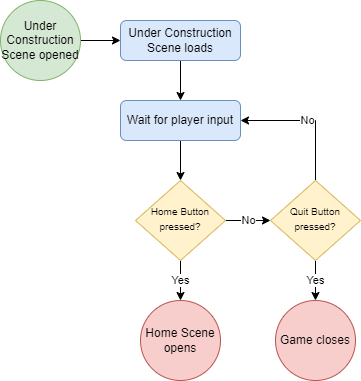
This is Design/UnderConstructionFlow.png from zkturman/TiltaPong, a draw.io export, as it was before one commit. Source tidied: cells renumbered, new cells last; positions are measured from the earlier drawing's top-left corner, leaving out a move shared by most shapes.
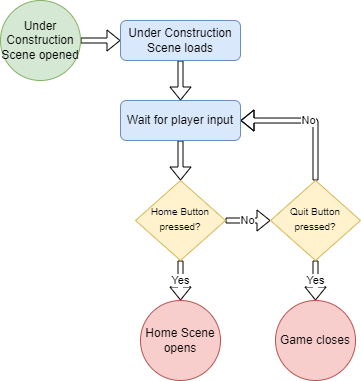
Later version of the same file.

The edit, as a diff of the source:
```diff
@@ -2,31 +2,31 @@
   <root>
     <mxCell id="0" />
     <mxCell id="1" parent="0" />
-    <mxCell id="2" value="No" style="edgeStyle=orthogonalEdgeStyle;rounded=0;jettySize=auto;html=1;exitX=1;exitY=0.5;exitDx=0;exitDy=0;entryX=0;entryY=0.5;entryDx=0;entryDy=0;" parent="1" edge="1" source="4" target="9">
+    <mxCell id="2" value="No" style="edgeStyle=orthogonalEdgeStyle;rounded=1;jettySize=auto;html=1;exitX=1;exitY=0.5;exitDx=0;exitDy=0;entryX=0;entryY=0.5;entryDx=0;entryDy=0;shape=flexArrow;fillColor=default;endSize=4;width=5;arcSize=20;endWidth=15;" parent="1" edge="1" source="4" target="9">
       <mxGeometry relative="1" as="geometry" />
     </mxCell>
-    <mxCell id="3" value="Yes" style="edgeStyle=orthogonalEdgeStyle;rounded=0;jettySize=auto;html=1;exitX=0.5;exitY=1;exitDx=0;exitDy=0;entryX=0.5;entryY=0;entryDx=0;entryDy=0;" parent="1" edge="1" source="4" target="13">
+    <mxCell id="3" value="Yes" style="edgeStyle=orthogonalEdgeStyle;rounded=1;jettySize=auto;html=1;exitX=0.5;exitY=1;exitDx=0;exitDy=0;entryX=0.5;entryY=0;entryDx=0;entryDy=0;shape=flexArrow;fillColor=default;endSize=4;width=5;arcSize=20;endWidth=15;" parent="1" edge="1" source="4" target="13">
       <mxGeometry relative="1" as="geometry" />
     </mxCell>
     <mxCell id="4" value="&lt;span style=&quot;font-size: 10px&quot;&gt;Home Button pressed?&lt;/span&gt;" style="rhombus;whiteSpace=wrap;html=1;shadow=0;fontFamily=Helvetica;fontSize=12;align=center;strokeWidth=1;spacing=6;spacingTop=-4;fillColor=#fff2cc;strokeColor=#d6b656;" parent="1" vertex="1">
       <mxGeometry x="135" y="180" width="90" height="80" as="geometry" />
     </mxCell>
-    <mxCell id="5" style="edgeStyle=orthogonalEdgeStyle;rounded=0;jettySize=auto;html=1;exitX=1;exitY=0.5;exitDx=0;exitDy=0;" parent="1" edge="1" source="6" target="11">
+    <mxCell id="5" style="edgeStyle=orthogonalEdgeStyle;rounded=1;jettySize=auto;html=1;exitX=1;exitY=0.5;exitDx=0;exitDy=0;shape=flexArrow;fillColor=default;endSize=4;width=5;arcSize=20;endWidth=15;" parent="1" edge="1" source="6" target="11">
       <mxGeometry relative="1" as="geometry" />
     </mxCell>
     <mxCell id="6" value="Under Construction Scene opened" style="ellipse;whiteSpace=wrap;html=1;fillColor=#d5e8d4;strokeColor=#82b366;" parent="1" vertex="1">
       <mxGeometry width="80" height="80" as="geometry" />
     </mxCell>
-    <mxCell id="7" value="Yes" style="edgeStyle=orthogonalEdgeStyle;rounded=0;jettySize=auto;html=1;exitX=0.5;exitY=1;exitDx=0;exitDy=0;entryX=0.5;entryY=0;entryDx=0;entryDy=0;" parent="1" edge="1" source="9" target="12">
+    <mxCell id="7" value="Yes" style="edgeStyle=orthogonalEdgeStyle;rounded=1;jettySize=auto;html=1;exitX=0.5;exitY=1;exitDx=0;exitDy=0;entryX=0.5;entryY=0;entryDx=0;entryDy=0;shape=flexArrow;fillColor=default;endSize=4;width=5;arcSize=20;endWidth=15;" parent="1" edge="1" source="9" target="12">
       <mxGeometry relative="1" as="geometry" />
     </mxCell>
-    <mxCell id="8" value="No" style="edgeStyle=orthogonalEdgeStyle;rounded=0;jettySize=auto;html=1;exitX=0.5;exitY=0;exitDx=0;exitDy=0;entryX=1;entryY=0.5;entryDx=0;entryDy=0;" parent="1" edge="1" source="9" target="15">
+    <mxCell id="8" value="No" style="edgeStyle=orthogonalEdgeStyle;rounded=1;jettySize=auto;html=1;exitX=0.5;exitY=0;exitDx=0;exitDy=0;entryX=1;entryY=0.5;entryDx=0;entryDy=0;shape=flexArrow;fillColor=default;endSize=4;width=5;arcSize=20;endWidth=15;" parent="1" edge="1" source="9" target="15">
       <mxGeometry relative="1" as="geometry" />
     </mxCell>
     <mxCell id="9" value="&lt;span style=&quot;font-size: 10px&quot;&gt;Quit Button pressed?&lt;/span&gt;" style="rhombus;whiteSpace=wrap;html=1;shadow=0;fontFamily=Helvetica;fontSize=12;align=center;strokeWidth=1;spacing=6;spacingTop=-4;fillColor=#fff2cc;strokeColor=#d6b656;" parent="1" vertex="1">
       <mxGeometry x="270" y="180" width="90" height="80" as="geometry" />
     </mxCell>
-    <mxCell id="10" style="edgeStyle=orthogonalEdgeStyle;rounded=0;jettySize=auto;html=1;exitX=0.5;exitY=1;exitDx=0;exitDy=0;" parent="1" edge="1" source="11" target="15">
+    <mxCell id="10" style="edgeStyle=orthogonalEdgeStyle;rounded=1;jettySize=auto;html=1;exitX=0.5;exitY=1;exitDx=0;exitDy=0;shape=flexArrow;fillColor=default;endSize=4;width=5;arcSize=20;endWidth=15;" parent="1" edge="1" source="11" target="15">
       <mxGeometry relative="1" as="geometry" />
     </mxCell>
     <mxCell id="11" value="Under Construction Scene loads" style="rounded=1;whiteSpace=wrap;html=1;fillColor=#dae8fc;strokeColor=#6c8ebf;" parent="1" vertex="1">
@@ -38,7 +38,7 @@
     <mxCell id="13" value="Home Scene opens" style="ellipse;whiteSpace=wrap;html=1;fillColor=#f8cecc;strokeColor=#b85450;" parent="1" vertex="1">
       <mxGeometry x="140" y="300" width="80" height="80" as="geometry" />
     </mxCell>
-    <mxCell id="14" style="edgeStyle=orthogonalEdgeStyle;rounded=0;jettySize=auto;html=1;exitX=0.5;exitY=1;exitDx=0;exitDy=0;entryX=0.5;entryY=0;entryDx=0;entryDy=0;" parent="1" edge="1" source="15" target="4">
+    <mxCell id="14" style="edgeStyle=orthogonalEdgeStyle;rounded=1;jettySize=auto;html=1;exitX=0.5;exitY=1;exitDx=0;exitDy=0;entryX=0.5;entryY=0;entryDx=0;entryDy=0;shape=flexArrow;fillColor=default;endSize=4;width=5;arcSize=20;endWidth=15;" parent="1" edge="1" source="15" target="4">
       <mxGeometry relative="1" as="geometry" />
     </mxCell>
     <mxCell id="15" value="Wait for player input" style="rounded=1;whiteSpace=wrap;html=1;fillColor=#dae8fc;strokeColor=#6c8ebf;" parent="1" vertex="1">
```
